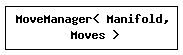
This is inherit_graph_12.png from acgetchell/CDT-plusplus, a Graphviz export, as it was before one commit. Its source is kept beside it as inherit_graph_12.dot.
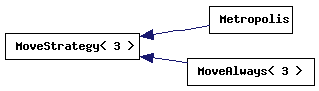
Above is the later version.

The edit, as a diff of the source:
```diff
@@ -3,5 +3,9 @@
   edge [fontname="Helvetica",fontsize="10",labelfontname="Helvetica",labelfontsize="10"];
   node [fontname="Helvetica",fontsize="10",shape=record];
   rankdir="LR";
-  Node0 [label="MoveManager\< Manifold,\l Moves \>",height=0.2,width=0.4,color="black", fillcolor="white", style="filled",URL="$class_move_manager.html",tooltip="RAII Function object to handle moves."];
+  Node0 [label="MoveStrategy\< 3 \>",height=0.2,width=0.4,color="black", fillcolor="white", style="filled",URL="$class_move_strategy_3_013_01_4.html",tooltip=" "];
+  Node0 -> Node1 [dir="back",color="midnightblue",fontsize="10",style="solid",fontname="Helvetica"];
+  Node1 [label="Metropolis",height=0.2,width=0.4,color="black", fillcolor="white", style="filled",URL="$class_metropolis.html",tooltip="Metropolis-Hastings algorithm function object."];
+  Node0 -> Node2 [dir="back",color="midnightblue",fontsize="10",style="solid",fontname="Helvetica"];
+  Node2 [label="MoveAlways\< 3 \>",height=0.2,width=0.4,color="black", fillcolor="white", style="filled",URL="$class_move_always_3_013_01_4.html",tooltip=" "];
 }
```
